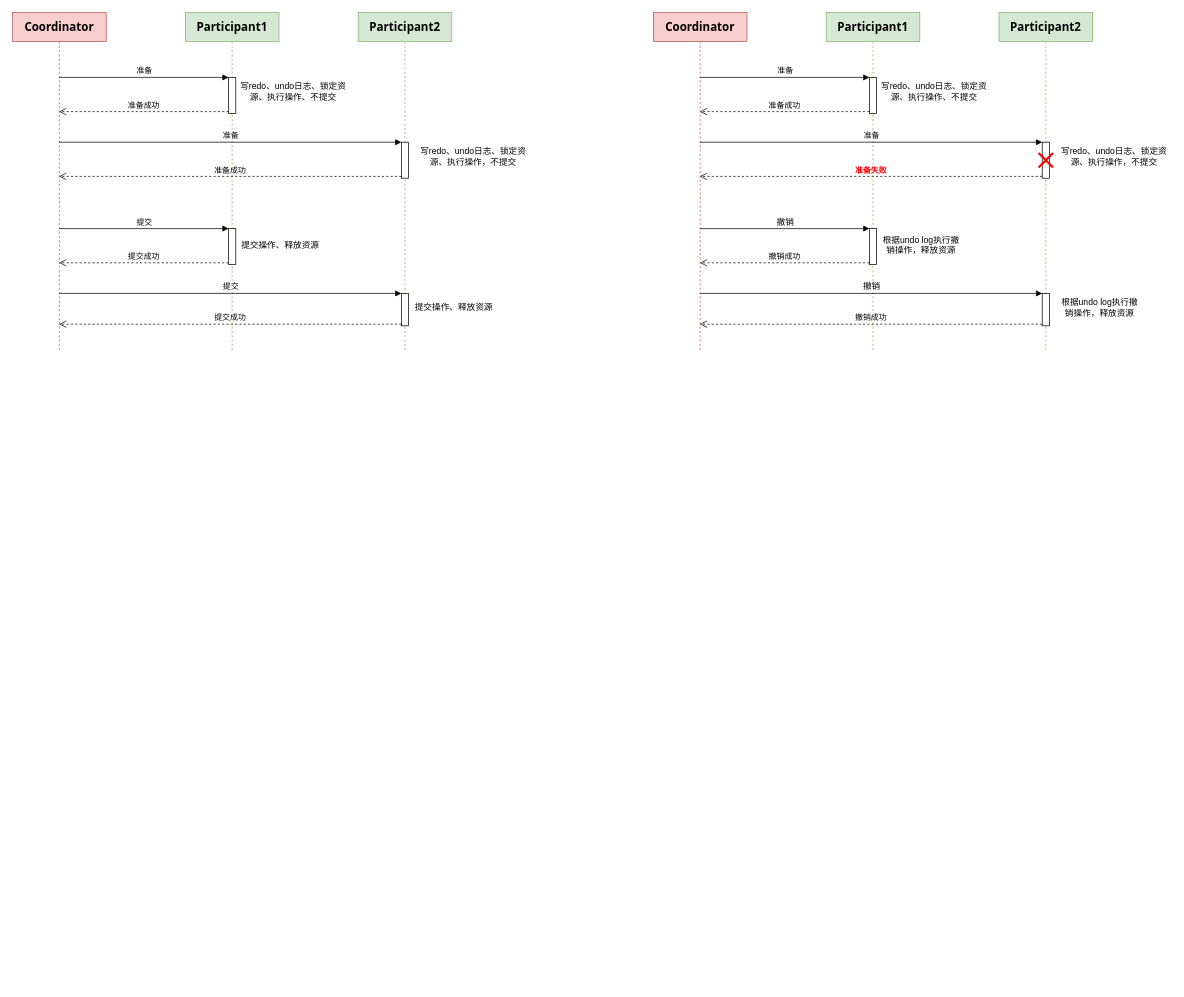
Before: distributed_service_consistency.drawio in walkerdu/draw_io, a draw.io diagram. Source tidied: cells renumbered, new cells numbered last; positions are measured from the earlier drawing's top-left corner, leaving out a move shared by most shapes. Both pictures are drawn from the tidied source at 72%, with x=0, y=0 at pixel (12, 12).
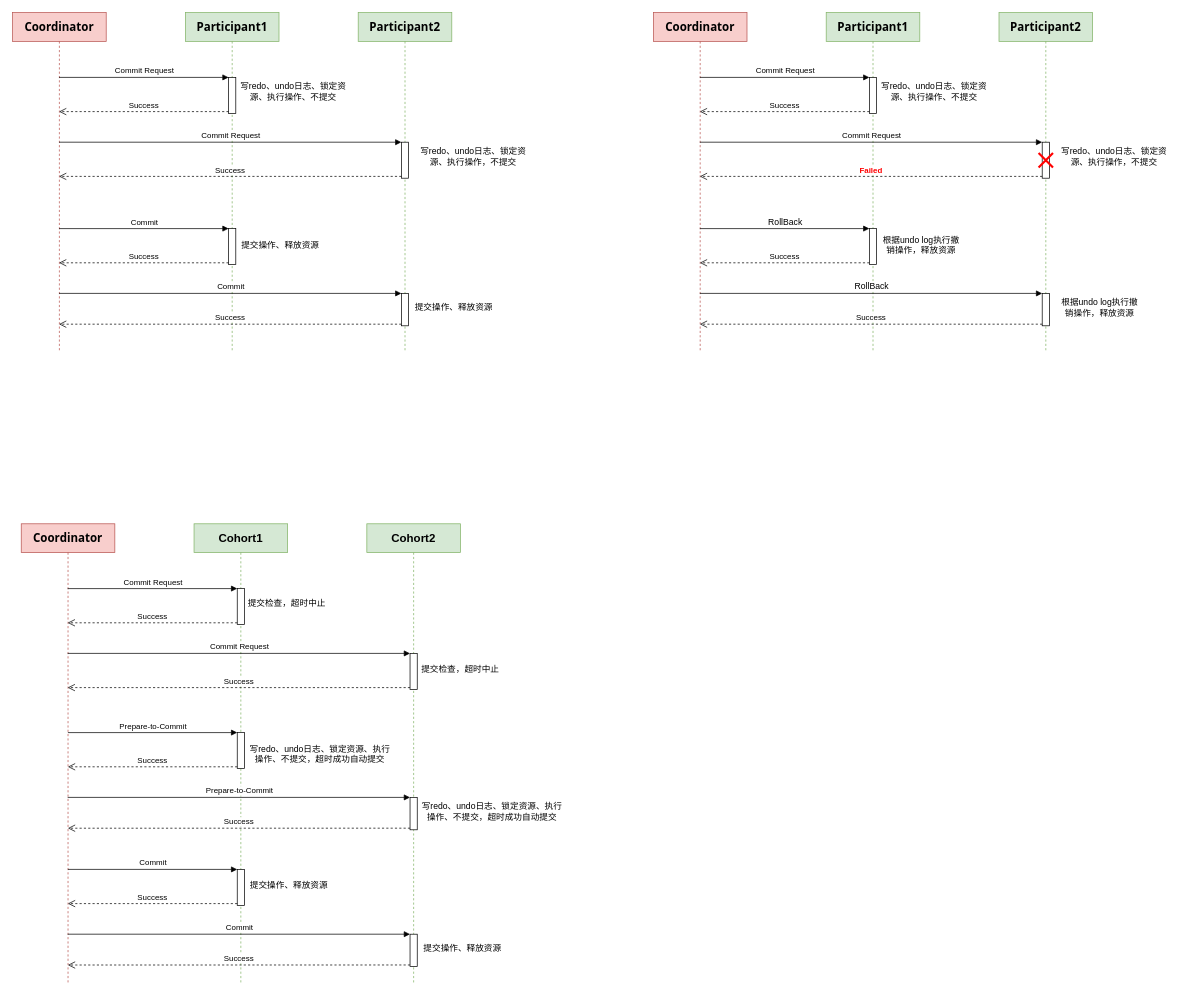
The same page after the edit.

The change refers to these unchanged cells:
```xml
<mxCell id="2" value="&lt;strong style=&quot;box-sizing: border-box ; font-family: &amp;#34;open sans&amp;#34; , &amp;#34;clear sans&amp;#34; , &amp;#34;helvetica neue&amp;#34; , &amp;#34;helvetica&amp;#34; , &amp;#34;arial&amp;#34; , sans-serif ; font-size: 16px&quot;&gt;&lt;span class=&quot;md-plain&quot; style=&quot;box-sizing: border-box&quot;&gt;Coordinator&lt;/span&gt;&lt;/strong&gt;" style="shape=umlLifeline;perimeter=lifelinePerimeter;whiteSpace=wrap;html=1;outlineConnect=0;fillColor=#f8cecc;strokeColor=#b85450;" parent="1" vertex="1">
  <mxGeometry width="130" height="470" as="geometry" />
</mxCell>
<mxCell id="4" style="html=1;points=[];perimeter=orthogonalPerimeter;" parent="3" vertex="1">
  <mxGeometry x="60" y="90" width="10" height="50" as="geometry" />
</mxCell>
<mxCell id="5" style="html=1;points=[];perimeter=orthogonalPerimeter;" parent="3" vertex="1">
  <mxGeometry x="60" y="300" width="10" height="50" as="geometry" />
</mxCell>
<mxCell id="7" style="html=1;points=[];perimeter=orthogonalPerimeter;" parent="6" vertex="1">
  <mxGeometry x="60" y="180" width="10" height="50" as="geometry" />
</mxCell>
<mxCell id="8" style="html=1;points=[];perimeter=orthogonalPerimeter;" parent="6" vertex="1">
  <mxGeometry x="60" y="390" width="10" height="45" as="geometry" />
</mxCell>
<mxCell id="21" value="&lt;strong style=&quot;box-sizing: border-box ; font-family: &amp;#34;open sans&amp;#34; , &amp;#34;clear sans&amp;#34; , &amp;#34;helvetica neue&amp;#34; , &amp;#34;helvetica&amp;#34; , &amp;#34;arial&amp;#34; , sans-serif ; font-size: 16px&quot;&gt;&lt;span class=&quot;md-plain&quot; style=&quot;box-sizing: border-box&quot;&gt;Coordinator&lt;/span&gt;&lt;/strong&gt;" style="shape=umlLifeline;perimeter=lifelinePerimeter;whiteSpace=wrap;html=1;outlineConnect=0;fillColor=#f8cecc;strokeColor=#b85450;" parent="1" vertex="1">
  <mxGeometry x="890" width="130" height="470" as="geometry" />
</mxCell>
<mxCell id="23" style="html=1;points=[];perimeter=orthogonalPerimeter;" parent="22" vertex="1">
  <mxGeometry x="60" y="90" width="10" height="50" as="geometry" />
</mxCell>
<mxCell id="24" style="html=1;points=[];perimeter=orthogonalPerimeter;" parent="22" vertex="1">
  <mxGeometry x="60" y="300" width="10" height="50" as="geometry" />
</mxCell>
<mxCell id="26" style="html=1;points=[];perimeter=orthogonalPerimeter;" parent="25" vertex="1">
  <mxGeometry x="60" y="180" width="10" height="50" as="geometry" />
</mxCell>
<mxCell id="27" style="html=1;points=[];perimeter=orthogonalPerimeter;" parent="25" vertex="1">
  <mxGeometry x="60" y="390" width="10" height="45" as="geometry" />
</mxCell>
```

Diff of the diagram source:
```diff
@@
-    <mxCell id="9" value="准备" style="html=1;verticalAlign=bottom;endArrow=block;entryX=0;entryY=0;" parent="1" edge="1" source="2" target="4">
+    <mxCell id="9" value="Commit Request" style="html=1;verticalAlign=bottom;endArrow=block;entryX=0;entryY=0;" parent="1" edge="1" source="2" target="4">
       <mxGeometry relative="1" as="geometry" />
     </mxCell>
-    <mxCell id="10" value="准备成功" style="html=1;verticalAlign=bottom;endArrow=open;dashed=1;endSize=8;exitX=0;exitY=0.95;" parent="1" edge="1" source="4" target="2">
+    <mxCell id="10" value="Success" style="html=1;verticalAlign=bottom;endArrow=open;dashed=1;endSize=8;exitX=0;exitY=0.95;" parent="1" edge="1" source="4" target="2">
       <mxGeometry relative="1" as="geometry" />
     </mxCell>
@@
-    <mxCell id="12" value="准备" style="html=1;verticalAlign=bottom;endArrow=block;entryX=0;entryY=0;" parent="1" edge="1" source="2" target="7">
+    <mxCell id="12" value="Commit Request" style="html=1;verticalAlign=bottom;endArrow=block;entryX=0;entryY=0;" parent="1" edge="1" source="2" target="7">
       <mxGeometry relative="1" as="geometry" />
     </mxCell>
-    <mxCell id="13" value="准备成功" style="html=1;verticalAlign=bottom;endArrow=open;dashed=1;endSize=8;exitX=0;exitY=0.95;" parent="1" edge="1" source="7" target="2">
+    <mxCell id="13" value="Success" style="html=1;verticalAlign=bottom;endArrow=open;dashed=1;endSize=8;exitX=0;exitY=0.95;" parent="1" edge="1" source="7" target="2">
       <mxGeometry relative="1" as="geometry" />
     </mxCell>
@@
-    <mxCell id="15" value="提交" style="html=1;verticalAlign=bottom;endArrow=block;entryX=0;entryY=0;" parent="1" edge="1" source="2" target="5">
+    <mxCell id="15" value="Commit" style="html=1;verticalAlign=bottom;endArrow=block;entryX=0;entryY=0;" parent="1" edge="1" source="2" target="5">
       <mxGeometry relative="1" as="geometry" />
     </mxCell>
-    <mxCell id="16" value="提交成功" style="html=1;verticalAlign=bottom;endArrow=open;dashed=1;endSize=8;exitX=0;exitY=0.95;" parent="1" edge="1" source="5" target="2">
+    <mxCell id="16" value="Success" style="html=1;verticalAlign=bottom;endArrow=open;dashed=1;endSize=8;exitX=0;exitY=0.95;" parent="1" edge="1" source="5" target="2">
       <mxGeometry relative="1" as="geometry" />
     </mxCell>
@@
-    <mxCell id="18" value="提交" style="html=1;verticalAlign=bottom;endArrow=block;entryX=0;entryY=0;" parent="1" edge="1" target="8">
+    <mxCell id="18" value="Commit" style="html=1;verticalAlign=bottom;endArrow=block;entryX=0;entryY=0;" parent="1" edge="1" target="8">
       <mxGeometry relative="1" as="geometry">
         <mxPoint x="64.5" y="390" as="sourcePoint" />
       </mxGeometry>
     </mxCell>
-    <mxCell id="19" value="提交成功" style="html=1;verticalAlign=bottom;endArrow=open;dashed=1;endSize=8;exitX=0;exitY=0.95;" parent="1" edge="1" source="8" target="2">
+    <mxCell id="19" value="Success" style="html=1;verticalAlign=bottom;endArrow=open;dashed=1;endSize=8;exitX=0;exitY=0.95;" parent="1" edge="1" source="8" target="2">
       <mxGeometry relative="1" as="geometry" />
     </mxCell>
@@
-    <mxCell id="29" value="准备" style="html=1;verticalAlign=bottom;endArrow=block;entryX=0;entryY=0;" parent="1" edge="1" source="21" target="23">
+    <mxCell id="29" value="Commit Request" style="html=1;verticalAlign=bottom;endArrow=block;entryX=0;entryY=0;" parent="1" edge="1" source="21" target="23">
       <mxGeometry relative="1" as="geometry" />
     </mxCell>
-    <mxCell id="30" value="准备成功" style="html=1;verticalAlign=bottom;endArrow=open;dashed=1;endSize=8;exitX=0;exitY=0.95;" parent="1" edge="1" source="23" target="21">
+    <mxCell id="30" value="Success" style="html=1;verticalAlign=bottom;endArrow=open;dashed=1;endSize=8;exitX=0;exitY=0.95;" parent="1" edge="1" source="23" target="21">
       <mxGeometry relative="1" as="geometry" />
     </mxCell>
@@
-    <mxCell id="32" value="准备" style="html=1;verticalAlign=bottom;endArrow=block;entryX=0;entryY=0;" parent="1" edge="1" source="21" target="26">
+    <mxCell id="32" value="Commit Request" style="html=1;verticalAlign=bottom;endArrow=block;entryX=0;entryY=0;" parent="1" edge="1" source="21" target="26">
       <mxGeometry relative="1" as="geometry" />
     </mxCell>
-    <mxCell id="33" value="&lt;font color=&quot;#ff0000&quot;&gt;&lt;b&gt;准备失败&lt;/b&gt;&lt;/font&gt;" style="html=1;verticalAlign=bottom;endArrow=open;dashed=1;endSize=8;exitX=0;exitY=0.95;" parent="1" edge="1" source="26" target="21">
+    <mxCell id="33" value="&lt;font color=&quot;#ff0000&quot;&gt;&lt;b&gt;Failed&lt;/b&gt;&lt;/font&gt;" style="html=1;verticalAlign=bottom;endArrow=open;dashed=1;endSize=8;exitX=0;exitY=0.95;" parent="1" edge="1" source="26" target="21">
       <mxGeometry relative="1" as="geometry" />
     </mxCell>
@@
-    <mxCell id="35" value="&lt;span style=&quot;font-family: sans-serif ; text-align: left&quot;&gt;&lt;font style=&quot;font-size: 12px&quot;&gt;撤销&lt;/font&gt;&lt;/span&gt;" style="html=1;verticalAlign=bottom;endArrow=block;entryX=0;entryY=0;" parent="1" edge="1" source="21" target="24">
+    <mxCell id="35" value="&lt;span style=&quot;font-family: sans-serif ; text-align: left&quot;&gt;&lt;font style=&quot;font-size: 12px&quot;&gt;RollBack&lt;/font&gt;&lt;/span&gt;" style="html=1;verticalAlign=bottom;endArrow=block;entryX=0;entryY=0;" parent="1" edge="1" source="21" target="24">
       <mxGeometry relative="1" as="geometry" />
     </mxCell>
-    <mxCell id="36" value="撤销成功" style="html=1;verticalAlign=bottom;endArrow=open;dashed=1;endSize=8;exitX=0;exitY=0.95;" parent="1" edge="1" source="24" target="21">
+    <mxCell id="36" value="Success" style="html=1;verticalAlign=bottom;endArrow=open;dashed=1;endSize=8;exitX=0;exitY=0.95;" parent="1" edge="1" source="24" target="21">
       <mxGeometry relative="1" as="geometry" />
     </mxCell>
@@
-    <mxCell id="38" value="&lt;span style=&quot;font-family: sans-serif ; font-size: 12px ; text-align: left&quot;&gt;撤销&lt;/span&gt;" style="html=1;verticalAlign=bottom;endArrow=block;entryX=0;entryY=0;" parent="1" edge="1" target="27">
+    <mxCell id="38" value="&lt;span style=&quot;font-family: sans-serif ; font-size: 12px ; text-align: left&quot;&gt;RollBack&lt;/span&gt;" style="html=1;verticalAlign=bottom;endArrow=block;entryX=0;entryY=0;" parent="1" edge="1" target="27">
       <mxGeometry relative="1" as="geometry">
         <mxPoint x="954.5" y="390" as="sourcePoint" />
       </mxGeometry>
     </mxCell>
-    <mxCell id="39" value="撤销成功" style="html=1;verticalAlign=bottom;endArrow=open;dashed=1;endSize=8;exitX=0;exitY=0.95;" parent="1" edge="1" source="27" target="21">
+    <mxCell id="39" value="Success" style="html=1;verticalAlign=bottom;endArrow=open;dashed=1;endSize=8;exitX=0;exitY=0.95;" parent="1" edge="1" source="27" target="21">
       <mxGeometry relative="1" as="geometry" />
     </mxCell>
@@
+    <mxCell id="41" value="&lt;strong style=&quot;box-sizing: border-box ; font-family: &amp;#34;open sans&amp;#34; , &amp;#34;clear sans&amp;#34; , &amp;#34;helvetica neue&amp;#34; , &amp;#34;helvetica&amp;#34; , &amp;#34;arial&amp;#34; , sans-serif ; font-size: 16px&quot;&gt;&lt;span class=&quot;md-plain&quot; style=&quot;box-sizing: border-box&quot;&gt;Coordinator&lt;/span&gt;&lt;/strong&gt;" style="shape=umlLifeline;perimeter=lifelinePerimeter;whiteSpace=wrap;html=1;outlineConnect=0;fillColor=#f8cecc;strokeColor=#b85450;" parent="1" vertex="1">
+      <mxGeometry x="12" y="710" width="130" height="640" as="geometry" />
+    </mxCell>
+    <mxCell id="42" value="&lt;span style=&quot;font-family: sans-serif&quot;&gt;&lt;b&gt;&lt;font style=&quot;font-size: 16px&quot;&gt;Cohort1&lt;/font&gt;&lt;/b&gt;&lt;/span&gt;" style="shape=umlLifeline;perimeter=lifelinePerimeter;whiteSpace=wrap;html=1;fillColor=#d5e8d4;strokeColor=#82b366;" parent="1" vertex="1">
+      <mxGeometry x="252" y="710" width="130" height="640" as="geometry" />
+    </mxCell>
+    <mxCell id="43" style="html=1;points=[];perimeter=orthogonalPerimeter;" parent="42" vertex="1">
+      <mxGeometry x="60" y="90" width="10" height="50" as="geometry" />
+    </mxCell>
+    <mxCell id="44" style="html=1;points=[];perimeter=orthogonalPerimeter;" parent="42" vertex="1">
+      <mxGeometry x="60" y="290" width="10" height="50" as="geometry" />
+    </mxCell>
+    <mxCell id="45" value="&lt;b style=&quot;font-family: sans-serif&quot;&gt;&lt;font style=&quot;font-size: 16px&quot;&gt;Cohort2&lt;/font&gt;&lt;/b&gt;" style="shape=umlLifeline;perimeter=lifelinePerimeter;whiteSpace=wrap;html=1;fillColor=#d5e8d4;strokeColor=#82b366;" parent="1" vertex="1">
+      <mxGeometry x="492" y="710" width="130" height="640" as="geometry" />
+    </mxCell>
+    <mxCell id="46" style="html=1;points=[];perimeter=orthogonalPerimeter;" parent="45" vertex="1">
+      <mxGeometry x="60" y="180" width="10" height="50" as="geometry" />
+    </mxCell>
+    <mxCell id="47" style="html=1;points=[];perimeter=orthogonalPerimeter;" parent="45" vertex="1">
+      <mxGeometry x="60" y="380" width="10" height="45" as="geometry" />
+    </mxCell>
+    <mxCell id="48" value="Commit Request" style="html=1;verticalAlign=bottom;endArrow=block;entryX=0;entryY=0;" parent="1" edge="1" source="41" target="43">
+      <mxGeometry relative="1" as="geometry" />
+    </mxCell>
+    <mxCell id="49" value="Success" style="html=1;verticalAlign=bottom;endArrow=open;dashed=1;endSize=8;exitX=0;exitY=0.95;" parent="1" edge="1" source="43" target="41">
+      <mxGeometry relative="1" as="geometry" />
+    </mxCell>
+    <mxCell id="50" value="提交检查，超时中止" style="text;html=1;strokeColor=none;fillColor=none;align=center;verticalAlign=middle;whiteSpace=wrap;rounded=0;" parent="1" vertex="1">
+      <mxGeometry x="322" y="810" width="118" height="20" as="geometry" />
+    </mxCell>
+    <mxCell id="51" value="Commit Request" style="html=1;verticalAlign=bottom;endArrow=block;entryX=0;entryY=0;" parent="1" edge="1" source="41" target="46">
+      <mxGeometry relative="1" as="geometry" />
+    </mxCell>
+    <mxCell id="52" value="Success" style="html=1;verticalAlign=bottom;endArrow=open;dashed=1;endSize=8;exitX=0;exitY=0.95;" parent="1" edge="1" source="46" target="41">
+      <mxGeometry relative="1" as="geometry" />
+    </mxCell>
+    <mxCell id="53" value="Prepare-to-Commit" style="html=1;verticalAlign=bottom;endArrow=block;entryX=0;entryY=0;" parent="1" edge="1" target="44">
+      <mxGeometry relative="1" as="geometry">
+        <mxPoint x="76.8" y="1000" as="sourcePoint" />
+      </mxGeometry>
+    </mxCell>
+    <mxCell id="54" value="Success" style="html=1;verticalAlign=bottom;endArrow=open;dashed=1;endSize=8;exitX=0;exitY=0.95;" parent="1" edge="1" source="44">
+      <mxGeometry relative="1" as="geometry">
+        <mxPoint x="76.8" y="1047.5" as="targetPoint" />
+      </mxGeometry>
+    </mxCell>
+    <mxCell id="55" value="Prepare-to-Commit" style="html=1;verticalAlign=bottom;endArrow=block;entryX=0;entryY=0;" parent="1" edge="1" target="47">
+      <mxGeometry relative="1" as="geometry">
+        <mxPoint x="76.5" y="1090" as="sourcePoint" />
+      </mxGeometry>
+    </mxCell>
+    <mxCell id="56" value="Success" style="html=1;verticalAlign=bottom;endArrow=open;dashed=1;endSize=8;exitX=0;exitY=0.95;" parent="1" edge="1" source="47">
+      <mxGeometry relative="1" as="geometry">
+        <mxPoint x="76.8" y="1132.8" as="targetPoint" />
+      </mxGeometry>
+    </mxCell>
+    <mxCell id="57" style="html=1;points=[];perimeter=orthogonalPerimeter;" parent="1" vertex="1">
+      <mxGeometry x="312" y="1190" width="10" height="50" as="geometry" />
+    </mxCell>
+    <mxCell id="58" style="html=1;points=[];perimeter=orthogonalPerimeter;" parent="1" vertex="1">
+      <mxGeometry x="552" y="1280" width="10" height="45" as="geometry" />
+    </mxCell>
+    <mxCell id="59" value="Commit" style="html=1;verticalAlign=bottom;endArrow=block;entryX=0;entryY=0;" parent="1" edge="1" target="57">
+      <mxGeometry relative="1" as="geometry">
+        <mxPoint x="76.8" y="1190" as="sourcePoint" />
+      </mxGeometry>
+    </mxCell>
+    <mxCell id="60" value="Success" style="html=1;verticalAlign=bottom;endArrow=open;dashed=1;endSize=8;exitX=0;exitY=0.95;" parent="1" edge="1" source="57">
+      <mxGeometry relative="1" as="geometry">
+        <mxPoint x="76.8" y="1237.5" as="targetPoint" />
+      </mxGeometry>
+    </mxCell>
+    <mxCell id="61" value="提交操作、释放资源" style="text;html=1;strokeColor=none;fillColor=none;align=center;verticalAlign=middle;whiteSpace=wrap;rounded=0;" parent="1" vertex="1">
+      <mxGeometry x="324" y="1203" width="120" height="20" as="geometry" />
+    </mxCell>
+    <mxCell id="62" value="Commit" style="html=1;verticalAlign=bottom;endArrow=block;entryX=0;entryY=0;" parent="1" edge="1" target="58">
+      <mxGeometry relative="1" as="geometry">
+        <mxPoint x="76.5" y="1280" as="sourcePoint" />
+      </mxGeometry>
+    </mxCell>
+    <mxCell id="63" value="Success" style="html=1;verticalAlign=bottom;endArrow=open;dashed=1;endSize=8;exitX=0;exitY=0.95;" parent="1" edge="1" source="58">
+      <mxGeometry relative="1" as="geometry">
+        <mxPoint x="76.8" y="1322.8" as="targetPoint" />
+      </mxGeometry>
+    </mxCell>
+    <mxCell id="64" value="提交操作、释放资源" style="text;html=1;strokeColor=none;fillColor=none;align=center;verticalAlign=middle;whiteSpace=wrap;rounded=0;" parent="1" vertex="1">
+      <mxGeometry x="565" y="1290" width="120" height="20" as="geometry" />
+    </mxCell>
+    <mxCell id="65" value="提交检查，超时中止" style="text;html=1;strokeColor=none;fillColor=none;align=center;verticalAlign=middle;whiteSpace=wrap;rounded=0;" parent="1" vertex="1">
+      <mxGeometry x="563" y="903" width="118" height="20" as="geometry" />
+    </mxCell>
+    <mxCell id="66" value="写redo、undo日志、锁定资源、执行操作、不提交，超时成功自动提交" style="text;html=1;strokeColor=none;fillColor=none;align=center;verticalAlign=middle;whiteSpace=wrap;rounded=0;" parent="1" vertex="1">
+      <mxGeometry x="324" y="1020" width="206" height="20" as="geometry" />
+    </mxCell>
+    <mxCell id="67" value="写redo、undo日志、锁定资源、执行操作、不提交，超时成功自动提交" style="text;html=1;strokeColor=none;fillColor=none;align=center;verticalAlign=middle;whiteSpace=wrap;rounded=0;" parent="1" vertex="1">
+      <mxGeometry x="563" y="1100" width="206" height="20" as="geometry" />
+    </mxCell>
```
